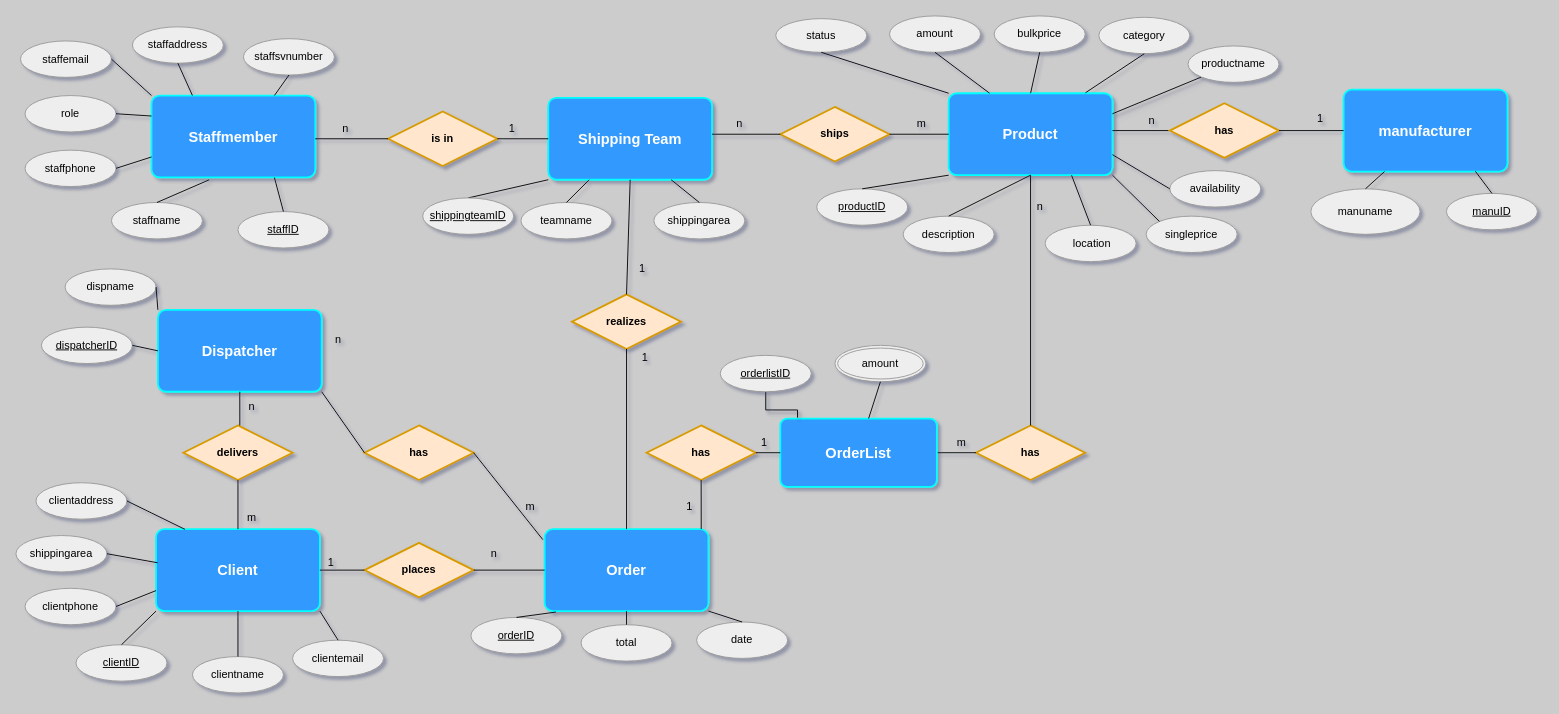
Above: re_diagram.drawio in CodeFactoryWien/WF-Java-05 (draw.io), before the change. Source tidied: cells renumbered, new cells numbered last; positions are measured from the earlier drawing's top-left corner, leaving out a move shared by most shapes. Both pictures are drawn from the tidied source at 91%, with x=0, y=0 at pixel (15, 15).
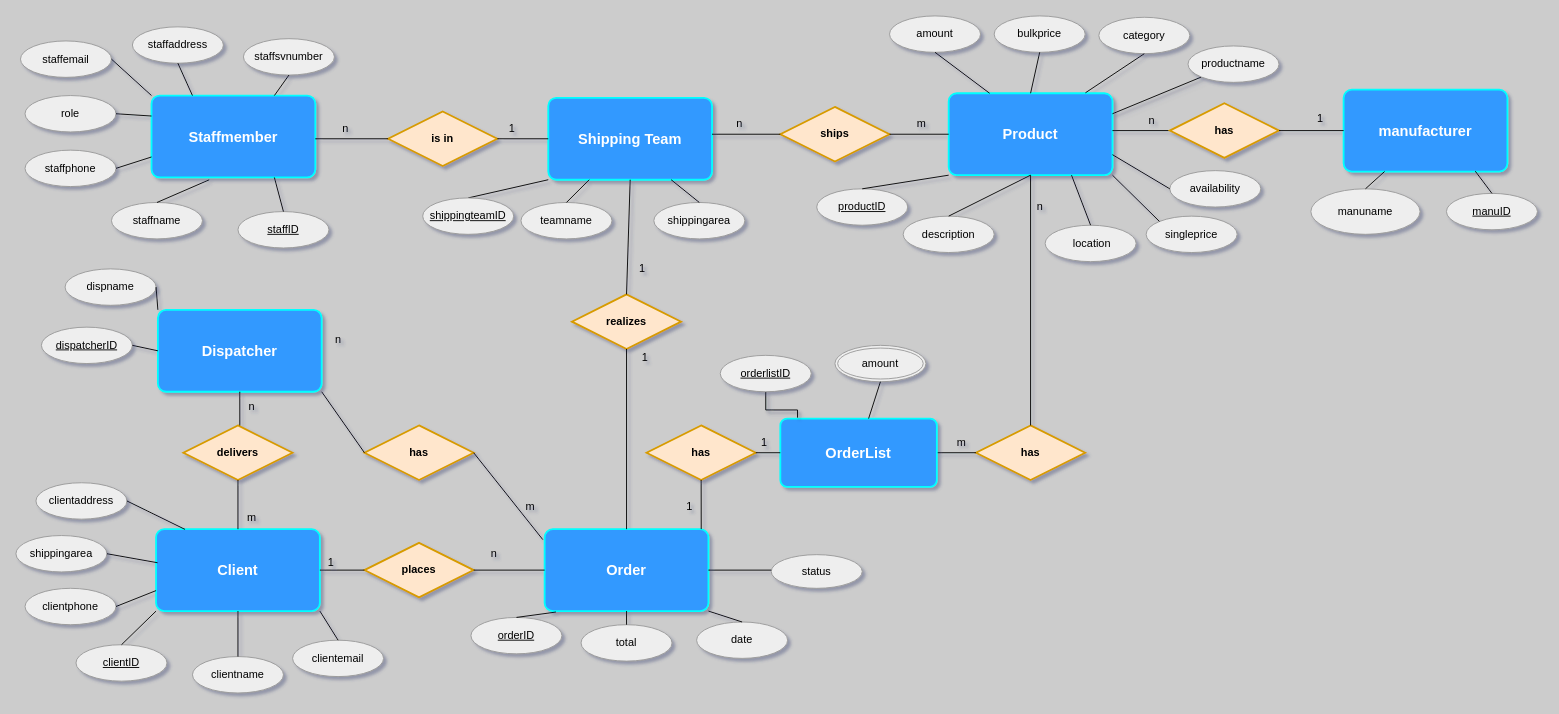
Above is the later version.

The change refers to these unchanged cells:
```xml
<mxCell id="2" value="Product" style="rounded=1;arcSize=10;whiteSpace=wrap;html=1;align=center;strokeColor=#00FFFF;strokeWidth=2;fillColor=#3399FF;gradientColor=none;glass=0;shadow=0;comic=0;fontStyle=1;fontSize=16;fontColor=#FFFFFF;fixDash=0;" parent="1" vertex="1">
  <mxGeometry x="1025" y="85" width="180" height="90" as="geometry" />
</mxCell>
<mxCell id="16" value="&lt;b&gt;Order&lt;/b&gt;" style="rounded=1;arcSize=10;whiteSpace=wrap;html=1;align=center;strokeColor=#00FFFF;strokeWidth=2;fillColor=#3399FF;gradientColor=none;fontSize=16;fontColor=#FFFFFF;fixDash=0;shadow=0;" parent="1" vertex="1">
  <mxGeometry x="581" y="564" width="180" height="90" as="geometry" />
</mxCell>
```

Change to the diagram source:
```diff
@@
-    <mxCell id="17" value="status" style="ellipse;whiteSpace=wrap;html=1;align=center;shadow=0;strokeColor=#999999;fillColor=#eeeeee;fixDash=0;" parent="1" vertex="1">
-      <mxGeometry x="835" y="3" width="100" height="37" as="geometry" />
-    </mxCell>
@@
-    <mxCell id="59" style="endArrow=none;html=1;rounded=0;entryX=0.5;entryY=1;entryDx=0;entryDy=0;exitX=0;exitY=0;exitDx=0;exitDy=0;fixDash=0;shadow=0;" parent="1" edge="1" source="2" target="17">
-      <mxGeometry relative="1" as="geometry" />
-    </mxCell>
@@
+    <mxCell id="17" value="status" style="ellipse;whiteSpace=wrap;html=1;align=center;shadow=0;strokeColor=#999999;fillColor=#eeeeee;fixDash=0;" parent="1" vertex="1">
+      <mxGeometry x="830" y="592" width="100" height="37" as="geometry" />
+    </mxCell>
+    <mxCell id="125" style="endArrow=none;html=1;rounded=0;exitX=1;exitY=0.5;exitDx=0;exitDy=0;fixDash=0;shadow=0;" parent="1" edge="1" source="16">
+      <mxGeometry relative="1" as="geometry">
+        <mxPoint x="830" y="609" as="targetPoint" />
+      </mxGeometry>
+    </mxCell>
```
